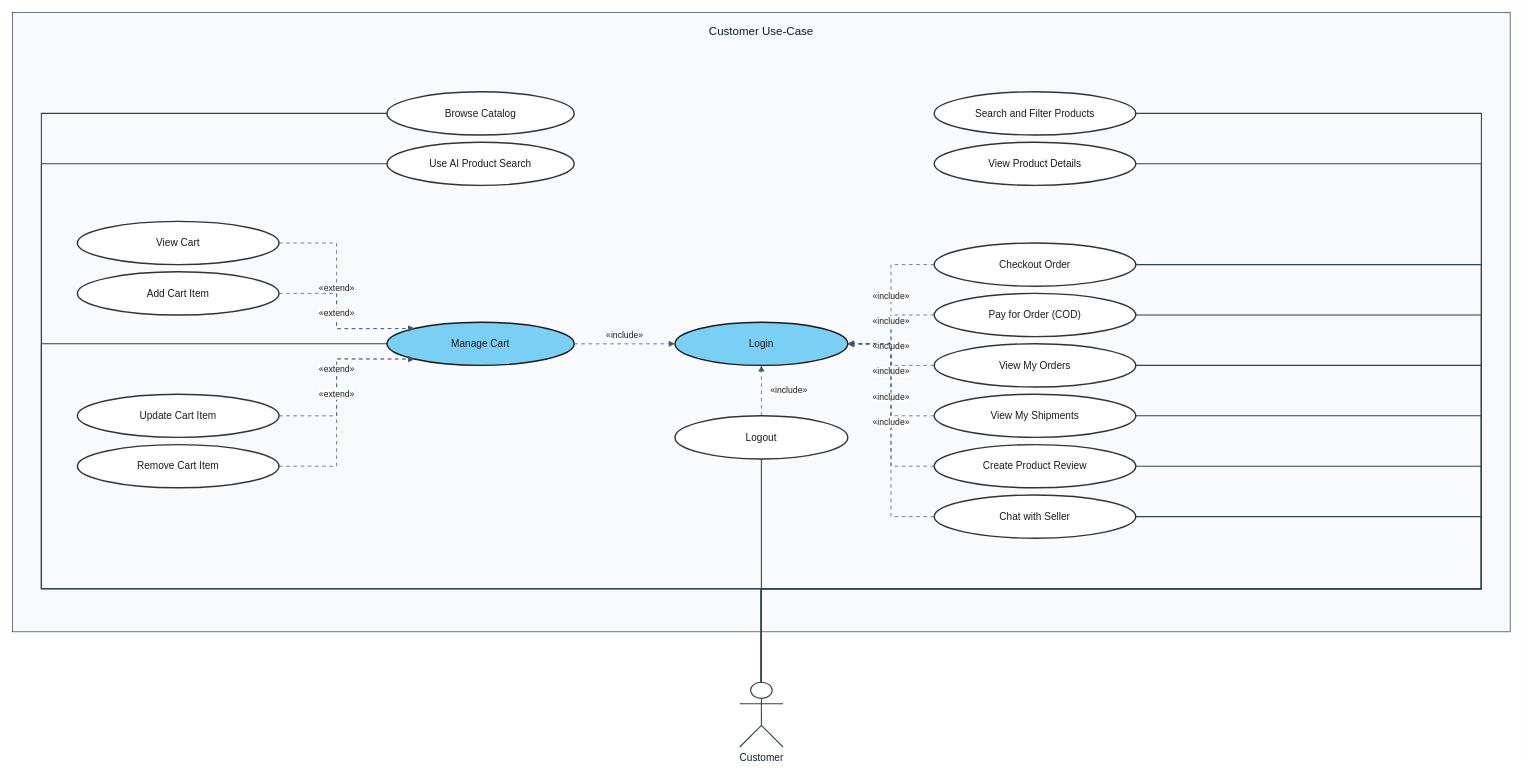
Before: usecase-diagram/customer-usecases.drawio in e-commercial-marketplace/commerce-platform-docs, a draw.io diagram. Source tidied: cells renumbered, new cells numbered last; positions are measured from the earlier drawing's top-left corner, leaving out a move shared by most shapes. Both pictures are drawn from the tidied source at 72%, with x=0, y=0 at pixel (12, 12).
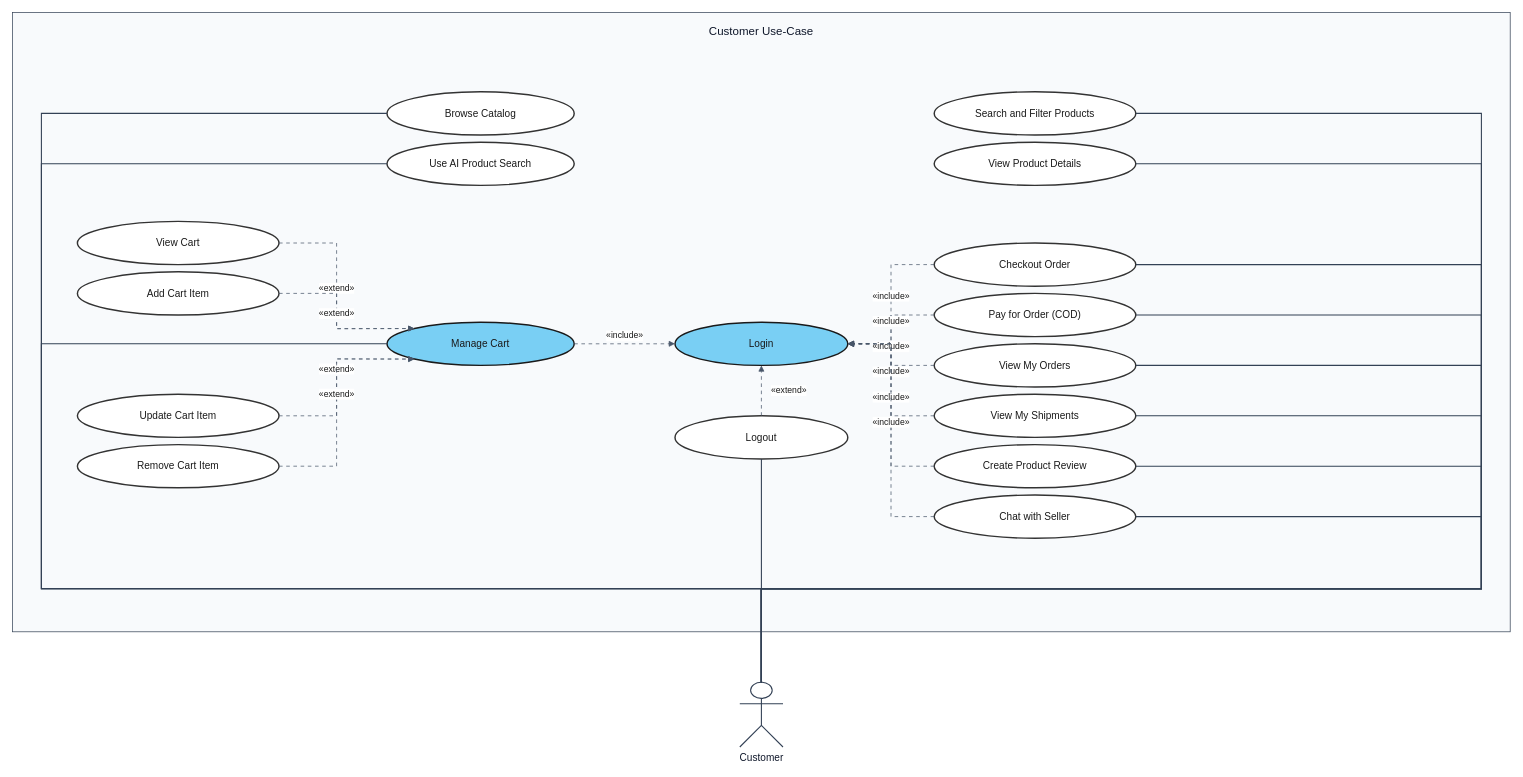
The same page after the edit.

Commit message:
docs(auth): draw Logout as an extend of Login in the customer use-case diagram

Unchanged cells that the change refers to:
```xml
<mxCell id="10" value="Login" style="ellipse;whiteSpace=wrap;html=1;align=center;verticalAlign=middle;fillColor=#79CFF4;strokeColor=#1A1A1A;strokeWidth=2;fontColor=#1A1A1A;fontSize=14;fontStyle=0;" parent="1" vertex="1">
  <mxGeometry x="920" y="430" width="240" height="60" as="geometry" />
</mxCell>
<mxCell id="19" value="Logout" style="ellipse;whiteSpace=wrap;html=1;align=center;verticalAlign=middle;fillColor=#ffffff;strokeColor=#333333;strokeWidth=2;fontColor=#1A1A1A;fontSize=14;fontStyle=0;" parent="1" vertex="1">
  <mxGeometry x="920" y="560" width="240" height="60" as="geometry" />
</mxCell>
```

What changed in the source:
```diff
@@
-    <mxCell id="44" value="«include»" style="endArrow=block;endFill=1;endSize=6;dashed=1;dashPattern=5 5;html=1;rounded=0;strokeColor=#475569;strokeWidth=1;fontSize=12;fontColor=#1A1A1A;fontStyle=0;exitX=0.5;exitY=0;exitDx=0;exitDy=0;exitPerimeter=0;entryX=0.5;entryY=1;entryDx=0;entryDy=0;entryPerimeter=0;" parent="1" edge="1" source="19" target="10">
+    <mxCell id="44" value="«extend»" style="endArrow=block;endFill=1;endSize=6;dashed=1;dashPattern=5 5;html=1;rounded=0;strokeColor=#475569;strokeWidth=1;fontSize=12;fontColor=#1A1A1A;fontStyle=0;exitX=0.5;exitY=0;exitDx=0;exitDy=0;exitPerimeter=0;entryX=0.5;entryY=1;entryDx=0;entryDy=0;entryPerimeter=0;" parent="1" edge="1" source="19" target="10">
       <mxGeometry relative="1" as="geometry">
         <mxPoint x="38" as="offset" />
       </mxGeometry>
     </mxCell>
```
